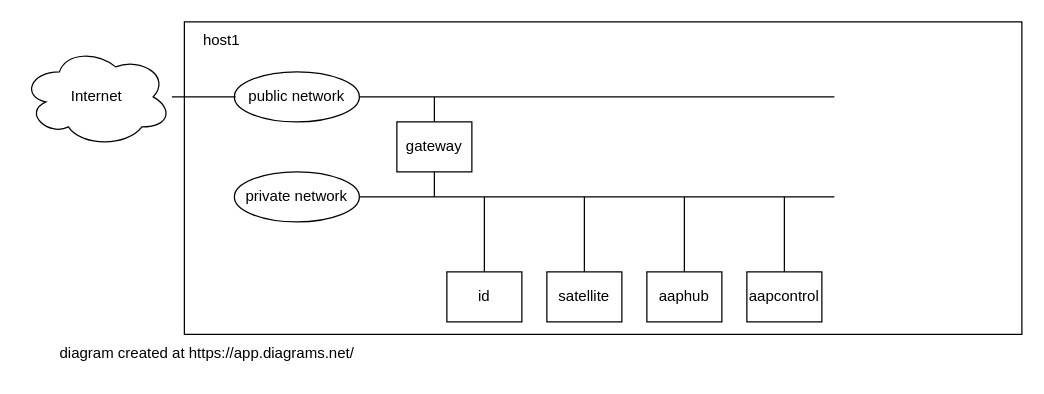
This is build-network.drawio from nickhardiman/ansible-playbook-build, a draw.io file, before an edit. Source tidied: cells renumbered, new cells numbered last; positions are measured from the earlier drawing's top-left corner, leaving out a move shared by most shapes. Both pictures are drawn from the tidied source at 125%, with x=0, y=0 at pixel (21, 21).
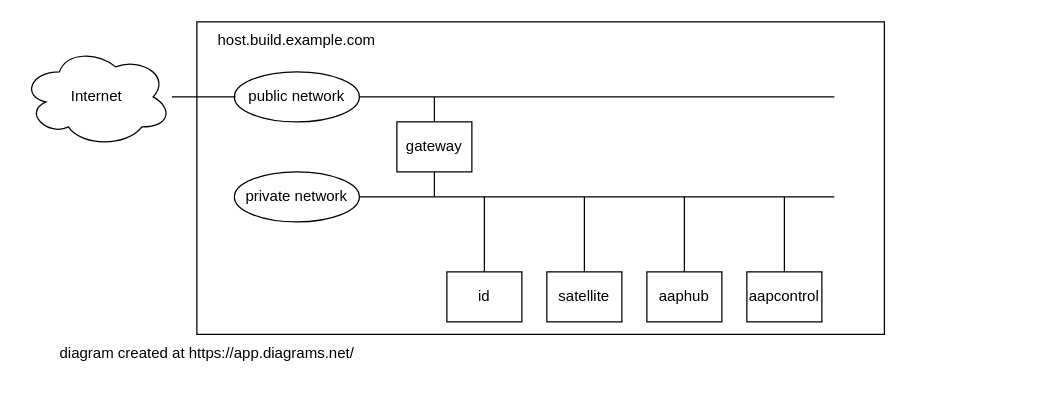
The same page after the edit.

Change to the diagram source:
```diff
@@
     <mxCell id="2" style="rounded=0;whiteSpace=wrap;html=1;" parent="1" vertex="1">
-      <mxGeometry x="130" width="670" height="250" as="geometry" />
+      <mxGeometry x="140" width="550" height="250" as="geometry" />
     </mxCell>
@@
-    <mxCell id="4" value="host1" style="text;html=1;strokeColor=none;fillColor=none;align=center;verticalAlign=middle;whiteSpace=wrap;rounded=0;" parent="1" vertex="1">
-      <mxGeometry x="130" width="60" height="30" as="geometry" />
+    <mxCell id="4" value="host.build.example.com" style="text;html=1;strokeColor=none;fillColor=none;align=center;verticalAlign=middle;whiteSpace=wrap;rounded=0;" parent="1" vertex="1">
+      <mxGeometry x="150" width="140" height="30" as="geometry" />
     </mxCell>
```
